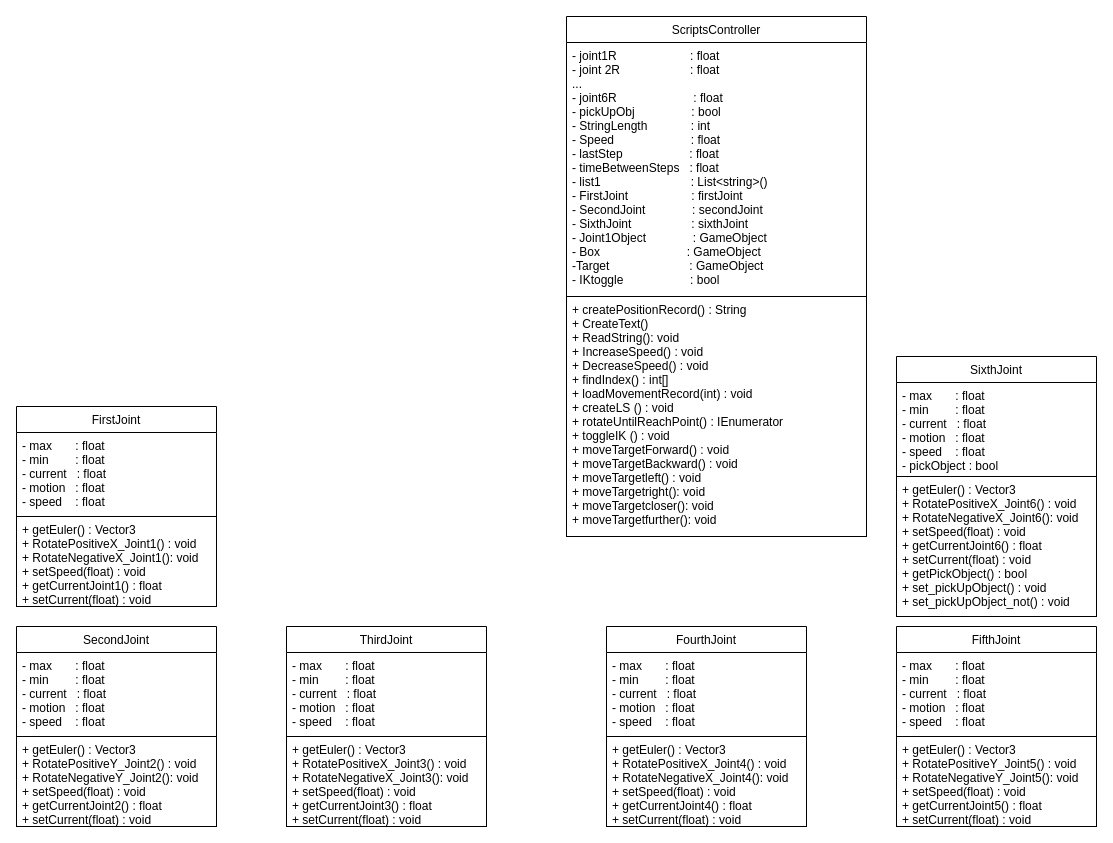
The draw.io diagram Untitled Diagram.drawio in Klaimtrev/RobotFanuc, before the edit. Source tidied: cells renumbered, new cells numbered last; positions are measured from the earlier drawing's top-left corner, leaving out a move shared by most shapes. Both pictures are drawn from the tidied source at 100%, with x=0, y=0 at pixel (16, 16).
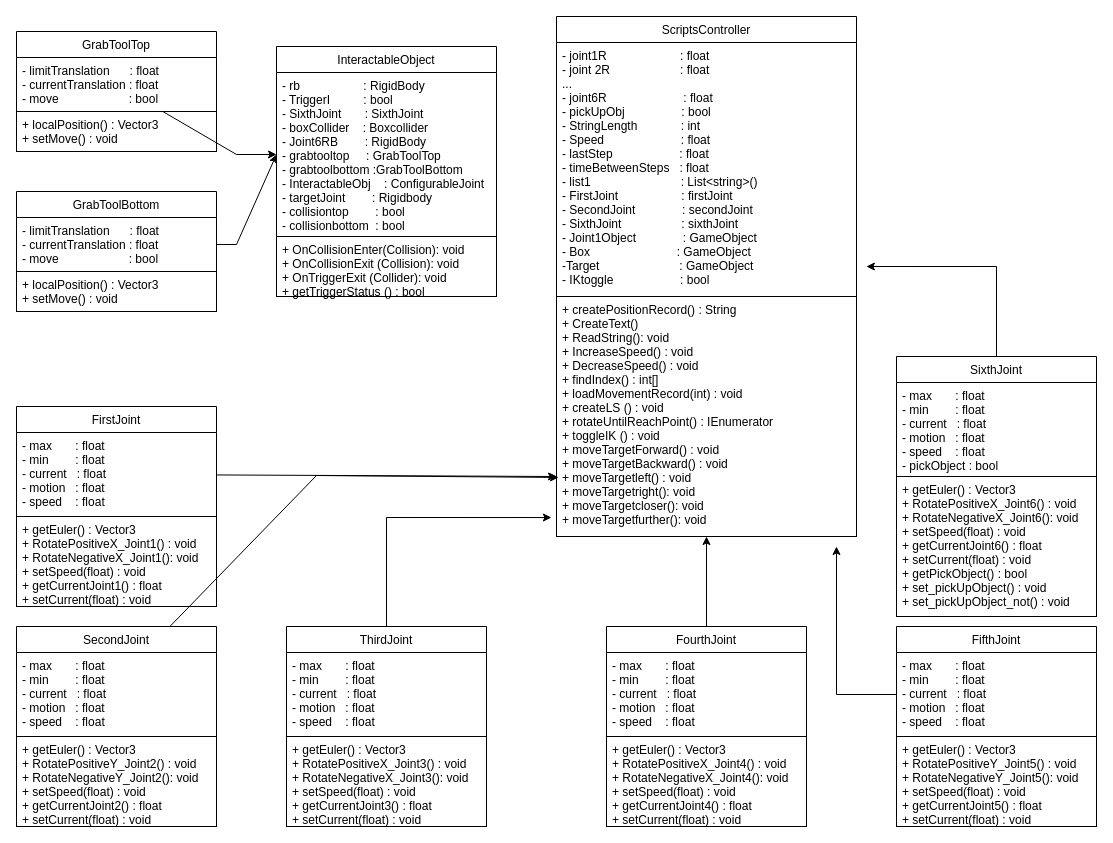
The same page after the edit.

Unchanged cells that the change refers to:
```xml
<mxCell id="3" value="- max       : float&#10;- min        : float&#10;- current   : float&#10;- motion   : float&#10;- speed    : float" style="text;strokeColor=none;fillColor=none;align=left;verticalAlign=top;spacingLeft=4;spacingRight=4;overflow=hidden;points=[[0,0.5],[1,0.5]];portConstraint=eastwest;" parent="2" vertex="1">
  <mxGeometry y="26" width="200" height="84" as="geometry" />
</mxCell>
<mxCell id="5" value="SecondJoint" style="swimlane;fontStyle=0;horizontal=1;startSize=26;flipH=1;" parent="1" vertex="1">
  <mxGeometry y="610" width="200" height="110" as="geometry" />
</mxCell>
<mxCell id="8" value="ThirdJoint" style="swimlane;fontStyle=0;horizontal=1;startSize=26;flipH=1;" parent="1" vertex="1">
  <mxGeometry x="270" y="610" width="200" height="110" as="geometry" />
</mxCell>
<mxCell id="11" value="FourthJoint" style="swimlane;fontStyle=0;horizontal=1;startSize=26;flipH=1;" parent="1" vertex="1">
  <mxGeometry x="590" y="610" width="200" height="110" as="geometry" />
</mxCell>
<mxCell id="15" value="- max       : float&#10;- min        : float&#10;- current   : float&#10;- motion   : float&#10;- speed    : float" style="text;strokeColor=none;fillColor=none;align=left;verticalAlign=top;spacingLeft=4;spacingRight=4;overflow=hidden;points=[[0,0.5],[1,0.5]];portConstraint=eastwest;" parent="14" vertex="1">
  <mxGeometry y="26" width="200" height="84" as="geometry" />
</mxCell>
<mxCell id="17" value="SixthJoint" style="swimlane;fontStyle=0;horizontal=1;startSize=26;flipH=1;" parent="1" vertex="1">
  <mxGeometry x="880" y="340" width="200" height="120" as="geometry" />
</mxCell>
<mxCell id="21" value="- joint1R                      : float&#10;- joint 2R                     : float&#10;...&#10;- joint6R                       : float&#10;- pickUpObj                 : bool&#10;- StringLength             : int&#10;- Speed                       : float&#10;- lastStep                    : float&#10;- timeBetweenSteps   : float&#10;- list1                           : List&lt;string&gt;()&#10;- FirstJoint                   : firstJoint&#10;- SecondJoint              : secondJoint&#10;- SixthJoint                  : sixthJoint&#10;- Joint1Object              : GameObject&#10;- Box                            : GameObject&#10;-Target                        : GameObject&#10;- IKtoggle                    : bool" style="text;strokeColor=none;fillColor=none;align=left;verticalAlign=top;spacingLeft=4;spacingRight=4;overflow=hidden;points=[[0,0.5],[1,0.5]];portConstraint=eastwest;" parent="20" vertex="1">
  <mxGeometry y="26" width="300" height="254" as="geometry" />
</mxCell>
```

Change to the diagram source:
```diff
@@
+    <mxCell id="23" style="edgeStyle=none;rounded=0;jettySize=auto;html=1;entryX=0.007;entryY=0.754;entryDx=0;entryDy=0;entryPerimeter=0;verticalAlign=middle;" parent="1" edge="1" source="5" target="22">
+      <mxGeometry relative="1" as="geometry">
+        <Array as="points">
+          <mxPoint x="300" y="459" />
+        </Array>
+      </mxGeometry>
+    </mxCell>
@@
+    <mxCell id="24" style="edgeStyle=none;rounded=0;jettySize=auto;html=1;entryX=-0.017;entryY=0.921;entryDx=0;entryDy=0;entryPerimeter=0;verticalAlign=middle;" parent="1" edge="1" source="8" target="22">
+      <mxGeometry relative="1" as="geometry">
+        <Array as="points">
+          <mxPoint x="370" y="501" />
+        </Array>
+      </mxGeometry>
+    </mxCell>
@@
+    <mxCell id="25" style="edgeStyle=none;rounded=0;jettySize=auto;html=1;verticalAlign=middle;" parent="1" edge="1" source="11" target="22">
+      <mxGeometry relative="1" as="geometry" />
+    </mxCell>
@@
+    <mxCell id="26" style="edgeStyle=none;rounded=0;jettySize=auto;html=1;entryX=1.033;entryY=0.882;entryDx=0;entryDy=0;entryPerimeter=0;verticalAlign=middle;" parent="1" edge="1" source="17" target="21">
+      <mxGeometry relative="1" as="geometry">
+        <Array as="points">
+          <mxPoint x="980" y="250" />
+        </Array>
+      </mxGeometry>
+    </mxCell>
@@
     <mxCell id="20" value="ScriptsController" style="swimlane;fontStyle=0;horizontal=1;startSize=26;flipH=1;" parent="1" vertex="1">
-      <mxGeometry x="550" width="300" height="280" as="geometry" />
+      <mxGeometry x="540" width="300" height="280" as="geometry" />
     </mxCell>
@@
     <mxCell id="22" value="+ createPositionRecord() : String&#10;+ CreateText()&#10;+ ReadString(): void&#10;+ IncreaseSpeed() : void&#10;+ DecreaseSpeed() : void&#10;+ findIndex() : int[]&#10;+ loadMovementRecord(int) : void&#10;+ createLS () : void&#10;+ rotateUntilReachPoint() : IEnumerator&#10;+ toggleIK () : void&#10;+ moveTargetForward() : void&#10;+ moveTargetBackward() : void&#10;+ moveTargetleft() : void&#10;+ moveTargetright(): void&#10;+ moveTargetcloser(): void&#10;+ moveTargetfurther(): void&#10;" style="text;align=left;verticalAlign=top;spacingLeft=4;spacingRight=4;overflow=hidden;points=[[0,0.5],[1,0.5]];portConstraint=eastwest;shadow=0;strokeColor=#000000;" parent="1" vertex="1">
-      <mxGeometry x="550" y="280" width="300" height="240" as="geometry" />
+      <mxGeometry x="540" y="280" width="300" height="240" as="geometry" />
     </mxCell>
+    <mxCell id="27" value="InteractableObject" style="swimlane;fontStyle=0;horizontal=1;startSize=26;flipH=1;" parent="1" vertex="1">
+      <mxGeometry x="260" y="30" width="220" height="190" as="geometry" />
+    </mxCell>
+    <mxCell id="28" value="- rb                   : RigidBody&#10;- TriggerI          : bool&#10;- SixthJoint       : SixthJoint&#10;- boxCollider    : Boxcollider&#10;- Joint6RB        : RigidBody&#10;- grabtooltop     : GrabToolTop&#10;- grabtoolbottom :GrabToolBottom&#10;- InteractableObj    : ConfigurableJoint&#10;- targetJoint        : Rigidbody&#10;- collisiontop        : bool&#10;- collisionbottom  : bool&#10;" style="text;strokeColor=none;fillColor=none;align=left;verticalAlign=top;spacingLeft=4;spacingRight=4;overflow=hidden;points=[[0,0.5],[1,0.5]];portConstraint=eastwest;" parent="27" vertex="1">
+      <mxGeometry y="26" width="220" height="164" as="geometry" />
+    </mxCell>
+    <mxCell id="29" value="+ OnCollisionEnter(Collision): void&#10;+ OnCollisionExit (Collision): void&#10;+ OnTriggerExit (Collider): void&#10;+ getTriggerStatus () : bool&#10;" style="text;align=left;verticalAlign=top;spacingLeft=4;spacingRight=4;overflow=hidden;shadow=0;strokeColor=#000000;" parent="1" vertex="1">
+      <mxGeometry x="260" y="220" width="220" height="60" as="geometry" />
+    </mxCell>
+    <mxCell id="30" value="GrabToolTop" style="swimlane;fontStyle=0;horizontal=1;startSize=26;" parent="1" vertex="1">
+      <mxGeometry y="15" width="200" height="120" as="geometry" />
+    </mxCell>
+    <mxCell id="31" value="- limitTranslation      : float&#10;- currentTranslation : float&#10;- move                     : bool" style="text;strokeColor=none;fillColor=none;align=left;verticalAlign=top;spacingLeft=4;spacingRight=4;overflow=hidden;points=[[0,0.5],[1,0.5]];portConstraint=eastwest;" parent="30" vertex="1">
+      <mxGeometry y="26" width="200" height="54" as="geometry" />
+    </mxCell>
+    <mxCell id="32" value="+ localPosition() : Vector3&#10;+ setMove() : void" style="text;align=left;verticalAlign=top;spacingLeft=4;spacingRight=4;overflow=hidden;shadow=0;strokeColor=#000000;" parent="30" vertex="1">
+      <mxGeometry y="80" width="200" height="40" as="geometry" />
+    </mxCell>
+    <mxCell id="33" value="GrabToolBottom" style="swimlane;fontStyle=0;horizontal=1;startSize=26;" parent="1" vertex="1">
+      <mxGeometry y="175" width="200" height="120" as="geometry" />
+    </mxCell>
+    <mxCell id="34" value="- limitTranslation      : float&#10;- currentTranslation : float&#10;- move                     : bool" style="text;strokeColor=none;fillColor=none;align=left;verticalAlign=top;spacingLeft=4;spacingRight=4;overflow=hidden;points=[[0,0.5],[1,0.5]];portConstraint=eastwest;" parent="33" vertex="1">
+      <mxGeometry y="26" width="200" height="54" as="geometry" />
+    </mxCell>
+    <mxCell id="35" value="+ localPosition() : Vector3&#10;+ setMove() : void" style="text;align=left;verticalAlign=top;spacingLeft=4;spacingRight=4;overflow=hidden;shadow=0;strokeColor=#000000;" parent="33" vertex="1">
+      <mxGeometry y="80" width="200" height="40" as="geometry" />
+    </mxCell>
+    <mxCell id="36" style="edgeStyle=none;rounded=0;jettySize=auto;html=1;verticalAlign=middle;" parent="1" edge="1" source="31" target="28">
+      <mxGeometry relative="1" as="geometry">
+        <Array as="points">
+          <mxPoint x="220" y="138" />
+        </Array>
+      </mxGeometry>
+    </mxCell>
+    <mxCell id="37" style="edgeStyle=none;rounded=0;jettySize=auto;html=1;verticalAlign=middle;" parent="1" edge="1" source="34">
+      <mxGeometry relative="1" as="geometry">
+        <mxPoint x="260" y="138" as="targetPoint" />
+        <Array as="points">
+          <mxPoint x="220" y="228" />
+        </Array>
+      </mxGeometry>
+    </mxCell>
+    <mxCell id="38" style="edgeStyle=none;rounded=0;jettySize=auto;html=1;verticalAlign=middle;" parent="1" edge="1" source="3">
+      <mxGeometry relative="1" as="geometry">
+        <mxPoint x="540" y="460" as="targetPoint" />
+      </mxGeometry>
+    </mxCell>
+    <mxCell id="39" style="edgeStyle=none;rounded=0;jettySize=auto;html=1;verticalAlign=middle;" parent="1" edge="1" source="15">
+      <mxGeometry relative="1" as="geometry">
+        <mxPoint x="820" y="530" as="targetPoint" />
+        <Array as="points">
+          <mxPoint x="820" y="678" />
+        </Array>
+      </mxGeometry>
+    </mxCell>
```
